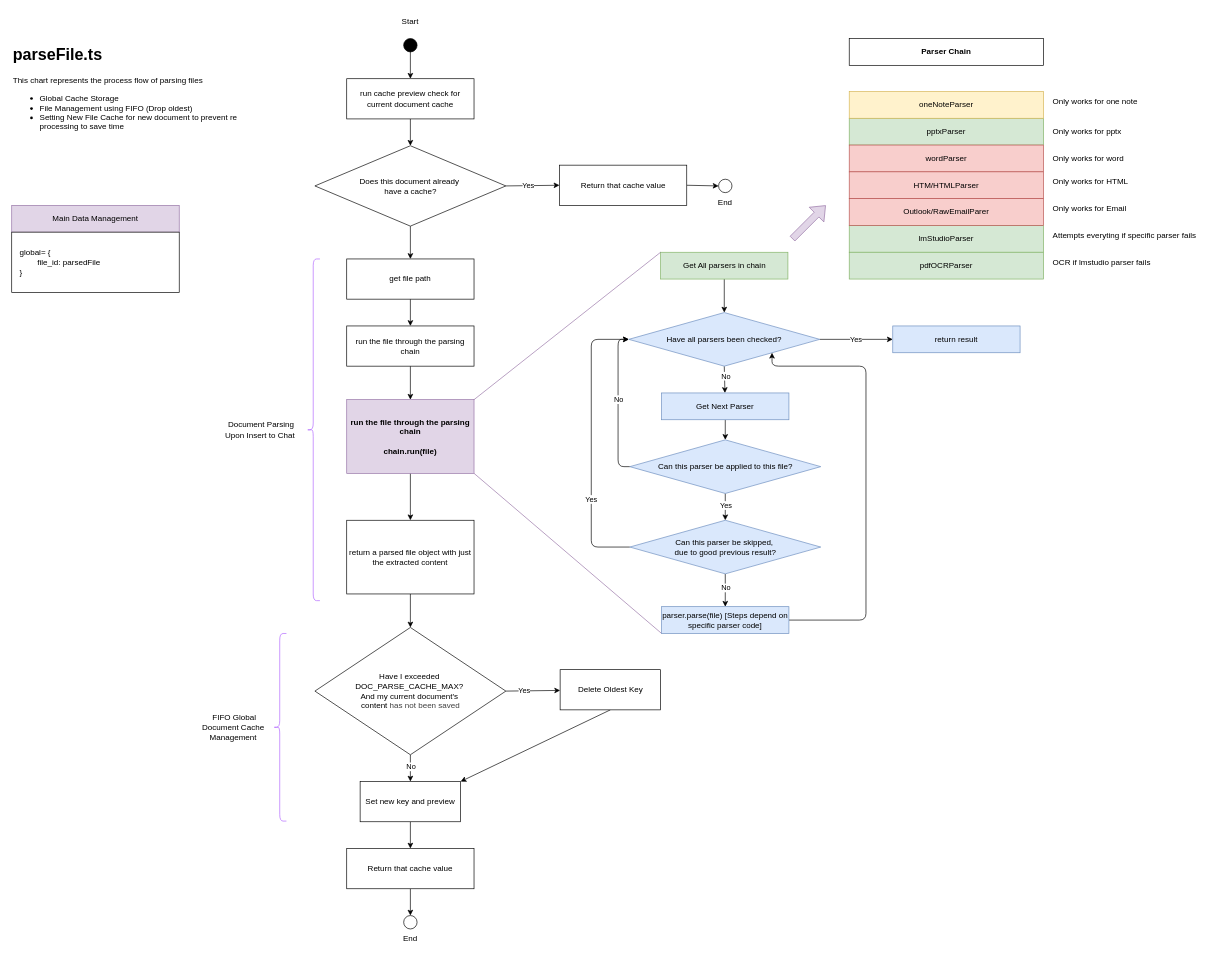
Before: diagrams/parseFile.drawio in Tedyang2003/lms-agent-advanced, a draw.io diagram. Source tidied: cells renumbered, new cells numbered last; positions are measured from the earlier drawing's top-left corner, leaving out a move shared by most shapes. Both pictures are drawn from the tidied source at 67%, with x=0, y=0 at pixel (11, 11).
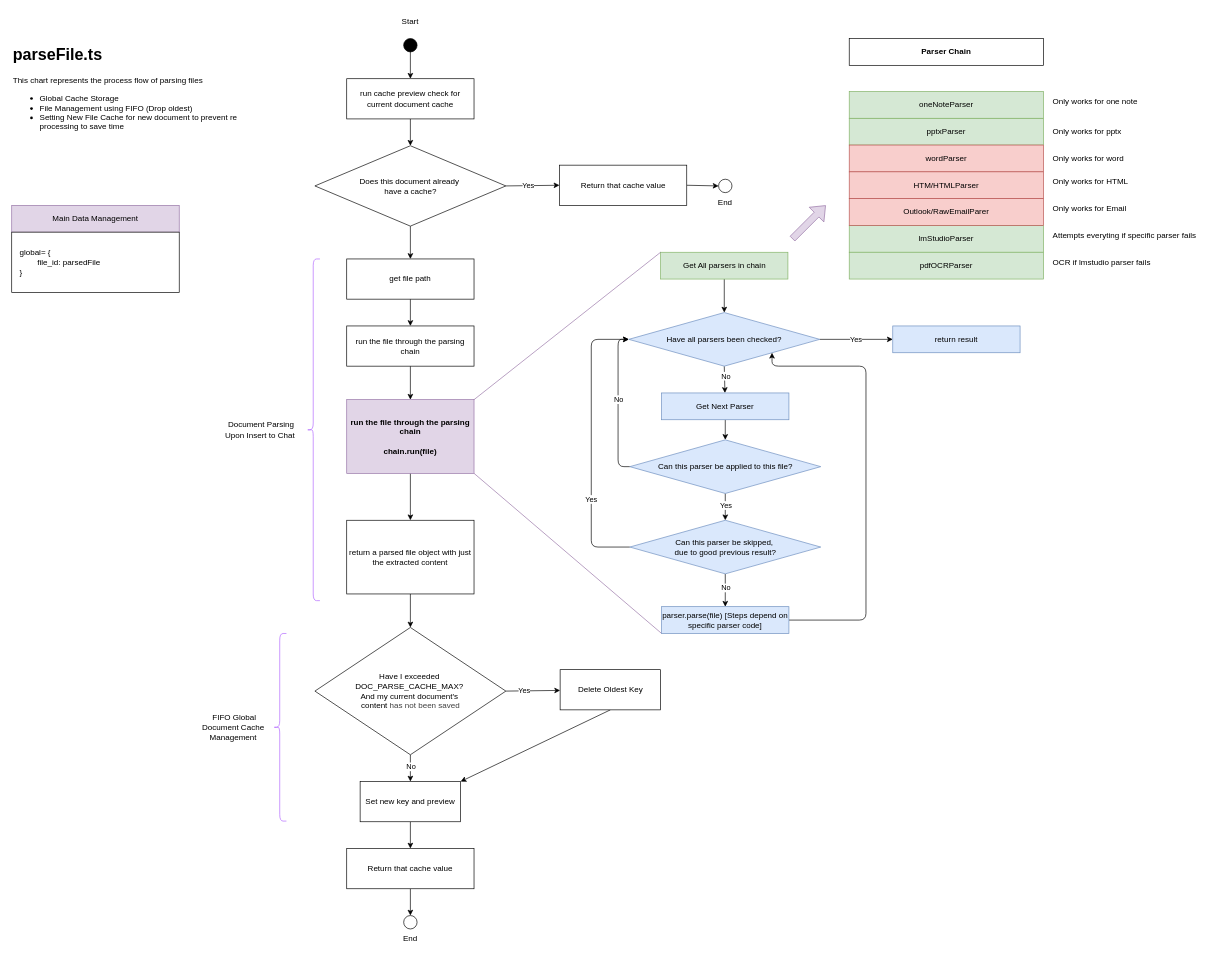
The same page after the edit.

Diff of the diagram source:
```diff
@@
-    <mxCell id="74" value="oneNoteParser" style="rounded=0;whiteSpace=wrap;html=1;fillColor=#fff2cc;strokeColor=#d6b656;" parent="1" vertex="1">
+    <mxCell id="74" value="oneNoteParser" style="rounded=0;whiteSpace=wrap;html=1;fillColor=#d5e8d4;strokeColor=#82b366;" parent="1" vertex="1">
       <mxGeometry x="1250" y="119" width="290" height="40" as="geometry" />
     </mxCell>
```
